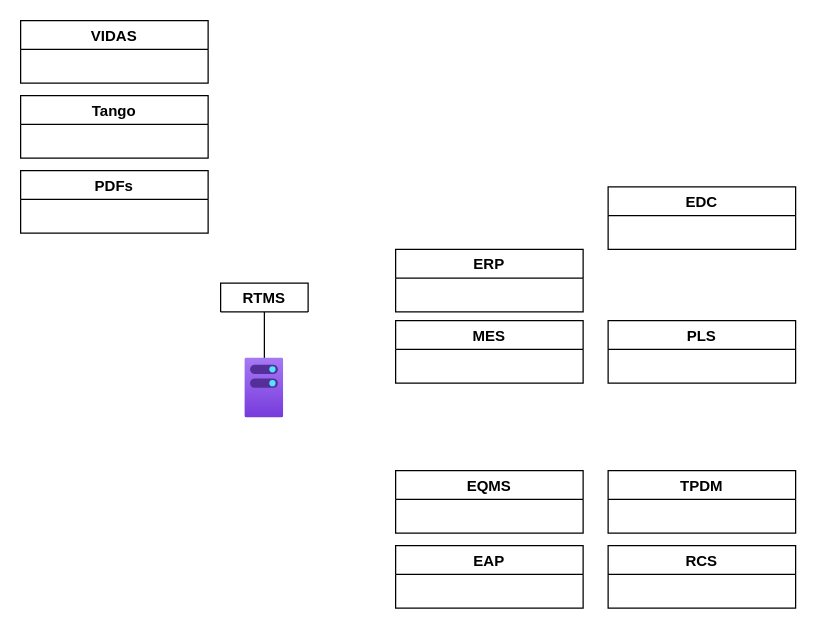
This is 宇宙.drawio from sgsgsgsg/drawIO, a draw.io file, before an edit. Source tidied: cells renumbered, new cells numbered last; positions are measured from the earlier drawing's top-left corner, leaving out a move shared by most shapes. Both pictures are drawn from the tidied source at 125%, with x=0, y=0 at pixel (20, 20).
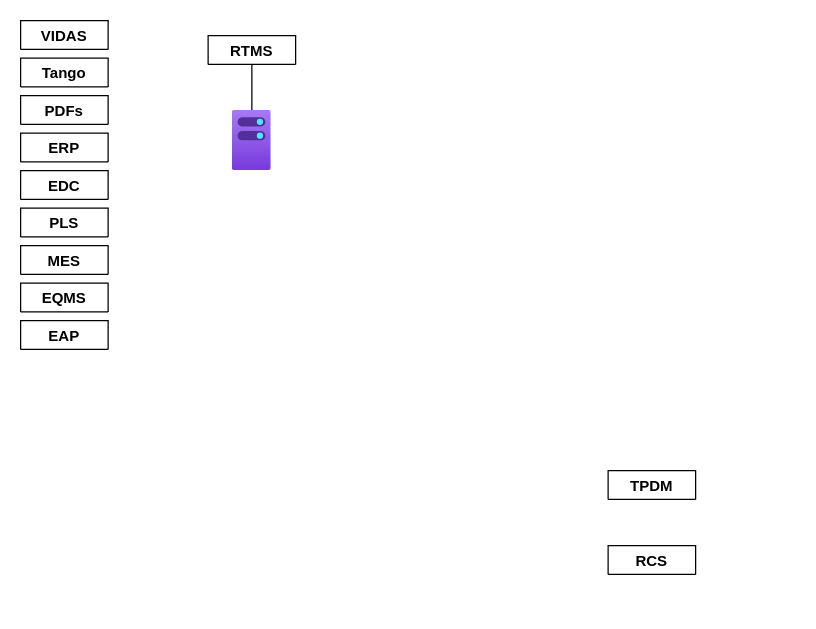
The same page after the edit.

Diff of the diagram source:
```diff
@@
 <mxGraphModel>
   <root>
     <mxCell id="0" />
     <mxCell id="1" parent="0" />
     <mxCell id="2" style="rounded=0;jettySize=auto;html=1;exitX=0.5;exitY=1;exitDx=0;exitDy=0;endArrow=none;endFill=0;" parent="1" edge="1" source="3" target="4">
       <mxGeometry relative="1" as="geometry" />
     </mxCell>
     <mxCell id="3" value="RTMS" style="swimlane;" parent="1" vertex="1" collapsed="1">
-      <mxGeometry x="160" y="210" width="70" height="23" as="geometry" />
+      <mxGeometry x="150" y="12" width="70" height="23" as="geometry" />
     </mxCell>
     <mxCell id="4" style="html=1;points=[];align=center;image;fontSize=12;image=img/lib/azure2/management_governance/MachinesAzureArc.svg;rounded=0;shadow=0;" parent="1" vertex="1">
-      <mxGeometry x="179.5" y="270" width="31.1" height="48" as="geometry" />
+      <mxGeometry x="169.5" y="72" width="31.1" height="48" as="geometry" />
     </mxCell>
-    <mxCell id="5" value="MES" style="swimlane;" parent="1" vertex="1">
-      <mxGeometry x="300" y="240" width="150" height="50" as="geometry" />
+    <mxCell id="5" value="MES" style="swimlane;" parent="1" vertex="1" collapsed="1">
+      <mxGeometry y="180" width="70" height="23" as="geometry" />
     </mxCell>
-    <mxCell id="6" value="ERP" style="swimlane;" parent="1" vertex="1">
-      <mxGeometry x="300" y="183" width="150" height="50" as="geometry" />
+    <mxCell id="6" value="ERP" style="swimlane;" parent="1" vertex="1" collapsed="1">
+      <mxGeometry y="90" width="70" height="23" as="geometry" />
     </mxCell>
-    <mxCell id="7" value="EQMS" style="swimlane;" parent="1" vertex="1">
-      <mxGeometry x="300" y="360" width="150" height="50" as="geometry" />
+    <mxCell id="7" value="EQMS" style="swimlane;" parent="1" vertex="1" collapsed="1">
+      <mxGeometry y="210" width="70" height="23" as="geometry" />
     </mxCell>
-    <mxCell id="8" value="EAP" style="swimlane;" parent="1" vertex="1">
-      <mxGeometry x="300" y="420" width="150" height="50" as="geometry" />
+    <mxCell id="8" value="EAP" style="swimlane;" parent="1" vertex="1" collapsed="1">
+      <mxGeometry y="240" width="70" height="23" as="geometry" />
     </mxCell>
-    <mxCell id="9" value="RCS" style="swimlane;" parent="1" vertex="1">
-      <mxGeometry x="470" y="420" width="150" height="50" as="geometry" />
+    <mxCell id="9" value="RCS" style="swimlane;" parent="1" vertex="1" collapsed="1">
+      <mxGeometry x="470" y="420" width="70" height="23" as="geometry" />
     </mxCell>
-    <mxCell id="10" value="TPDM" style="swimlane;" parent="1" vertex="1">
-      <mxGeometry x="470" y="360" width="150" height="50" as="geometry" />
+    <mxCell id="10" value="TPDM" style="swimlane;" parent="1" vertex="1" collapsed="1">
+      <mxGeometry x="470" y="360" width="70" height="23" as="geometry" />
     </mxCell>
-    <mxCell id="11" value="PLS" style="swimlane;" parent="1" vertex="1">
-      <mxGeometry x="470" y="240" width="150" height="50" as="geometry" />
+    <mxCell id="11" value="PLS" style="swimlane;" parent="1" vertex="1" collapsed="1">
+      <mxGeometry y="150" width="70" height="23" as="geometry" />
     </mxCell>
-    <mxCell id="12" value="EDC" style="swimlane;" parent="1" vertex="1">
-      <mxGeometry x="470" y="133" width="150" height="50" as="geometry" />
+    <mxCell id="12" value="EDC" style="swimlane;" parent="1" vertex="1" collapsed="1">
+      <mxGeometry y="120" width="70" height="23" as="geometry" />
     </mxCell>
-    <mxCell id="13" value="VIDAS" style="swimlane;" parent="1" vertex="1">
-      <mxGeometry width="150" height="50" as="geometry" />
+    <mxCell id="13" value="VIDAS" style="swimlane;" parent="1" vertex="1" collapsed="1">
+      <mxGeometry width="70" height="23" as="geometry" />
     </mxCell>
-    <mxCell id="14" value="Tango" style="swimlane;" parent="1" vertex="1">
-      <mxGeometry y="60" width="150" height="50" as="geometry" />
+    <mxCell id="14" value="Tango" style="swimlane;" parent="1" vertex="1" collapsed="1">
+      <mxGeometry y="30" width="70" height="23" as="geometry" />
     </mxCell>
-    <mxCell id="15" value="PDFs" style="swimlane;" parent="1" vertex="1">
-      <mxGeometry y="120" width="150" height="50" as="geometry" />
+    <mxCell id="15" value="PDFs" style="swimlane;" parent="1" vertex="1" collapsed="1">
+      <mxGeometry y="60" width="70" height="23" as="geometry" />
     </mxCell>
   </root>
 </mxGraphModel>
```
